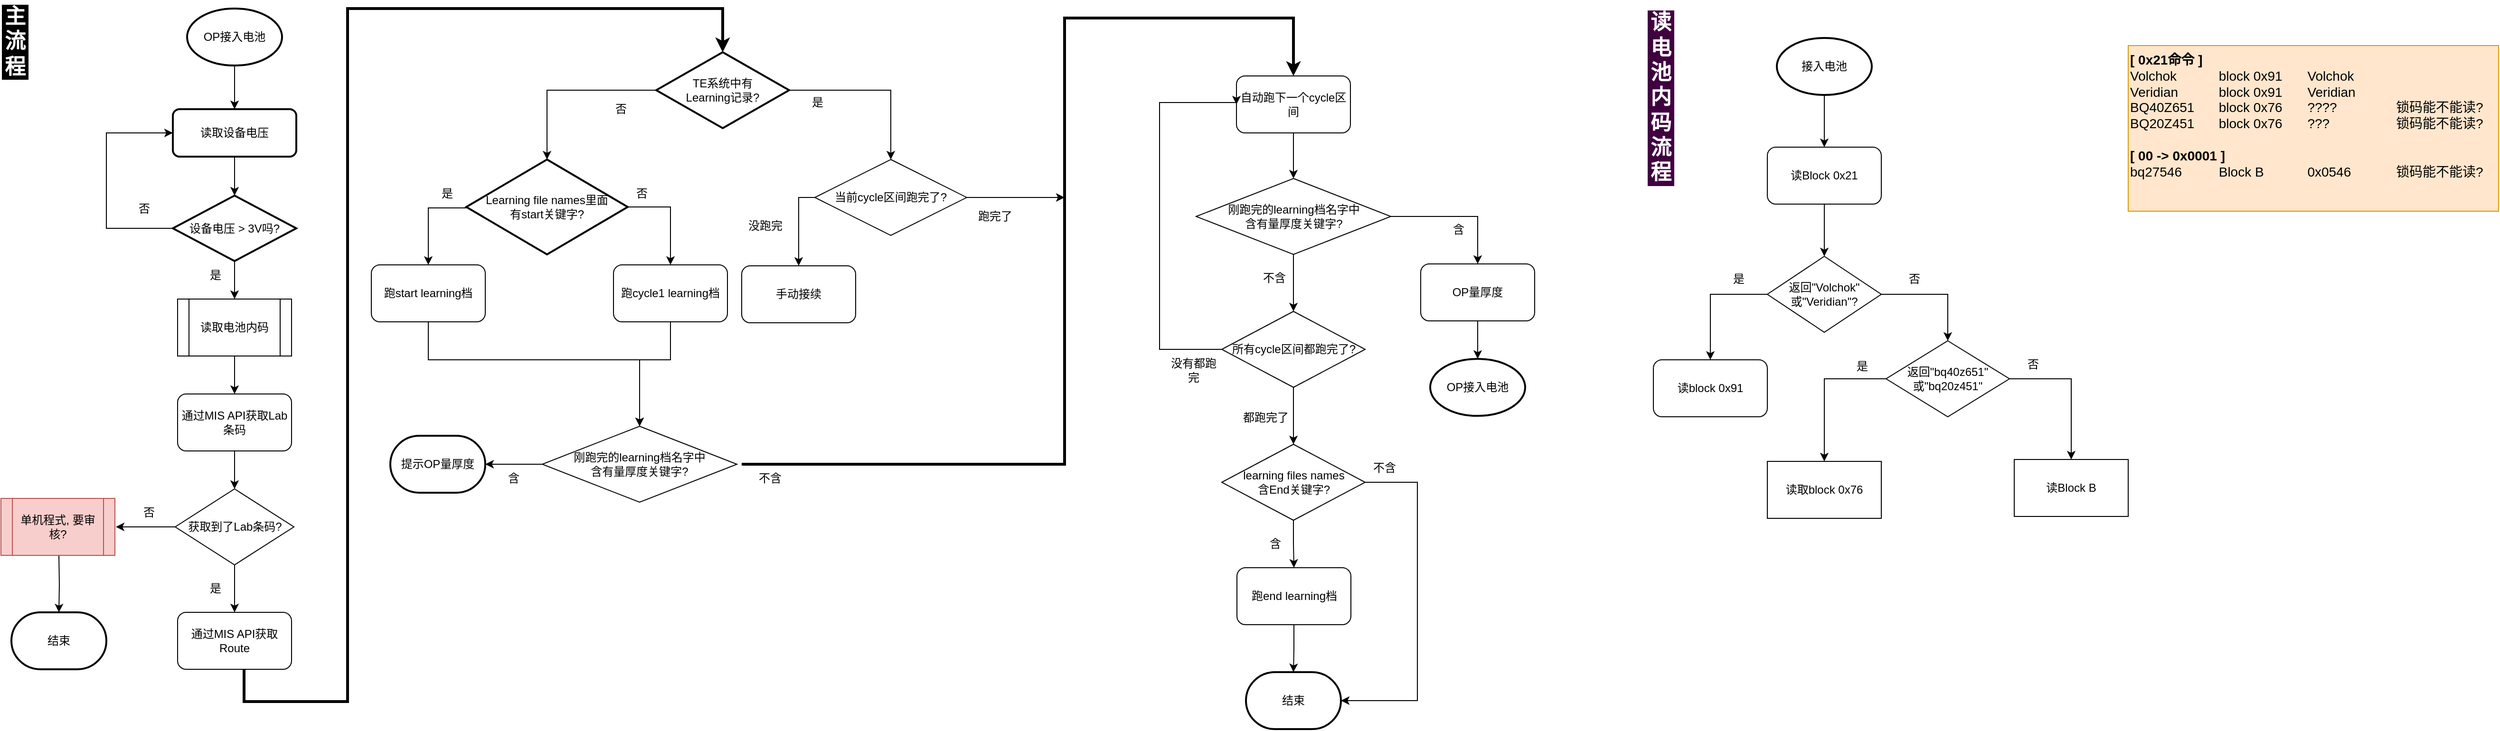
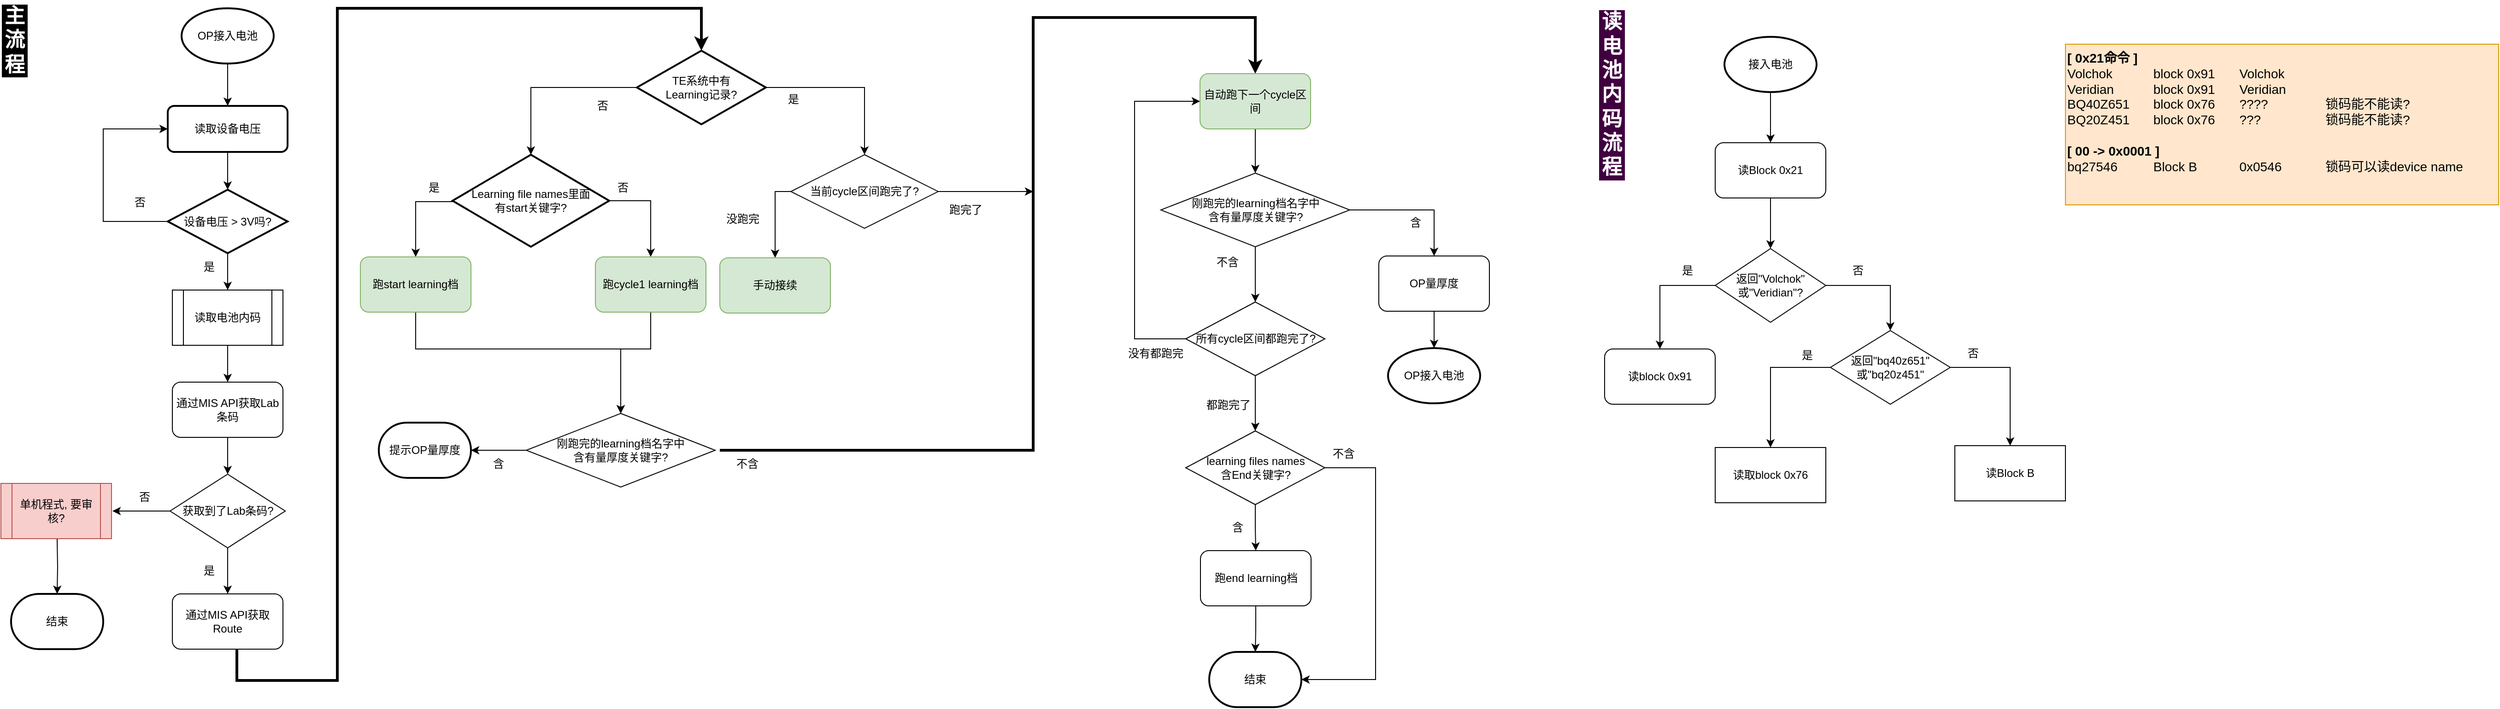
<mxfile host="app.diagrams.net">
  <diagram name="第 1 页" id="3HldnIOuQtLrwHUO-1mN">
    <mxGraphModel dx="1318" dy="774" grid="1" gridSize="10" guides="1" tooltips="1" connect="1" arrows="1" fold="1" page="1" pageScale="1" pageWidth="1169" pageHeight="827" background="#FFFFFF" math="0" shadow="0">
      <root>
        <mxCell id="0" />
        <mxCell id="1" parent="0" />
        <mxCell id="qRa3hty1LtdxE0hFs_0w-8" edge="1" parent="1" source="qRa3hty1LtdxE0hFs_0w-4" style="edgeStyle=orthogonalEdgeStyle;rounded=0;orthogonalLoop=1;jettySize=auto;html=1;" target="qRa3hty1LtdxE0hFs_0w-6" value="">
          <mxGeometry relative="1" as="geometry" />
        </mxCell>
        <mxCell id="qRa3hty1LtdxE0hFs_0w-4" parent="1" style="strokeWidth=2;html=1;shape=mxgraph.flowchart.start_1;whiteSpace=wrap;" value="OP接入电池" vertex="1">
          <mxGeometry height="60" width="100" x="216" y="20" as="geometry" />
        </mxCell>
        <mxCell id="qRa3hty1LtdxE0hFs_0w-9" edge="1" parent="1" source="qRa3hty1LtdxE0hFs_0w-6" style="edgeStyle=orthogonalEdgeStyle;rounded=0;orthogonalLoop=1;jettySize=auto;html=1;" target="qRa3hty1LtdxE0hFs_0w-7" value="">
          <mxGeometry relative="1" as="geometry" />
        </mxCell>
        <mxCell id="qRa3hty1LtdxE0hFs_0w-6" parent="1" style="rounded=1;whiteSpace=wrap;html=1;absoluteArcSize=1;arcSize=14;strokeWidth=2;" value="读取设备电压" vertex="1">
          <mxGeometry height="50" width="130" x="201" y="126" as="geometry" />
        </mxCell>
        <mxCell id="qRa3hty1LtdxE0hFs_0w-14" edge="1" parent="1" source="qRa3hty1LtdxE0hFs_0w-7" style="edgeStyle=orthogonalEdgeStyle;rounded=0;orthogonalLoop=1;jettySize=auto;html=1;" target="qRa3hty1LtdxE0hFs_0w-13" value="">
          <mxGeometry relative="1" as="geometry" />
        </mxCell>
        <mxCell id="qRa3hty1LtdxE0hFs_0w-25" edge="1" parent="1" source="qRa3hty1LtdxE0hFs_0w-7" style="edgeStyle=orthogonalEdgeStyle;rounded=0;orthogonalLoop=1;jettySize=auto;html=1;entryX=0;entryY=0.5;entryDx=0;entryDy=0;" target="qRa3hty1LtdxE0hFs_0w-6">
          <mxGeometry relative="1" as="geometry">
            <Array as="points">
              <mxPoint x="131" y="252" />
              <mxPoint x="131" y="151" />
            </Array>
            <mxPoint x="411" y="146" as="targetPoint" />
          </mxGeometry>
        </mxCell>
        <mxCell id="qRa3hty1LtdxE0hFs_0w-7" parent="1" style="strokeWidth=2;html=1;shape=mxgraph.flowchart.decision;whiteSpace=wrap;" value="设备电压 &amp;gt; 3V吗?" vertex="1">
          <mxGeometry height="69" width="130" x="201" y="217" as="geometry" />
        </mxCell>
        <mxCell id="qRa3hty1LtdxE0hFs_0w-11" parent="1" style="text;html=1;whiteSpace=wrap;strokeColor=none;fillColor=none;align=center;verticalAlign=middle;rounded=0;" value="&lt;div&gt;否&lt;/div&gt;" vertex="1">
          <mxGeometry height="30" width="60" x="141" y="216" as="geometry" />
        </mxCell>
        <mxCell id="qRa3hty1LtdxE0hFs_0w-12" parent="1" style="text;html=1;whiteSpace=wrap;strokeColor=none;fillColor=none;align=center;verticalAlign=middle;rounded=0;" value="&lt;div&gt;是&lt;/div&gt;" vertex="1">
          <mxGeometry height="30" width="60" x="216" y="286" as="geometry" />
        </mxCell>
        <mxCell id="qRa3hty1LtdxE0hFs_0w-16" edge="1" parent="1" source="qRa3hty1LtdxE0hFs_0w-13" style="edgeStyle=orthogonalEdgeStyle;rounded=0;orthogonalLoop=1;jettySize=auto;html=1;" target="qRa3hty1LtdxE0hFs_0w-15" value="">
          <mxGeometry relative="1" as="geometry" />
        </mxCell>
        <mxCell id="qRa3hty1LtdxE0hFs_0w-13" parent="1" style="shape=process;whiteSpace=wrap;html=1;backgroundOutline=1;" value="读取电池内码" vertex="1">
          <mxGeometry height="60" width="120" x="206" y="326" as="geometry" />
        </mxCell>
        <mxCell id="qRa3hty1LtdxE0hFs_0w-20" edge="1" parent="1" source="qRa3hty1LtdxE0hFs_0w-15" style="edgeStyle=orthogonalEdgeStyle;rounded=0;orthogonalLoop=1;jettySize=auto;html=1;" target="qRa3hty1LtdxE0hFs_0w-19" value="">
          <mxGeometry relative="1" as="geometry" />
        </mxCell>
        <mxCell id="qRa3hty1LtdxE0hFs_0w-15" parent="1" style="rounded=1;whiteSpace=wrap;html=1;" value="通过MIS API获取Lab条码" vertex="1">
          <mxGeometry height="60" width="120" x="206" y="426" as="geometry" />
        </mxCell>
        <mxCell id="qRa3hty1LtdxE0hFs_0w-31" edge="1" parent="1" style="edgeStyle=orthogonalEdgeStyle;rounded=0;orthogonalLoop=1;jettySize=auto;html=1;entryX=0.5;entryY=0;entryDx=0;entryDy=0;entryPerimeter=0;strokeWidth=3;" target="qRa3hty1LtdxE0hFs_0w-30" value="">
          <mxGeometry relative="1" as="geometry">
            <Array as="points">
              <mxPoint x="276" y="750" />
              <mxPoint x="385" y="750" />
              <mxPoint x="385" y="20" />
              <mxPoint x="780" y="20" />
              <mxPoint x="780" y="59" />
            </Array>
            <mxPoint x="276" y="716" as="sourcePoint" />
            <mxPoint x="793" y="59" as="targetPoint" />
          </mxGeometry>
        </mxCell>
        <mxCell id="qRa3hty1LtdxE0hFs_0w-17" parent="1" style="rounded=1;whiteSpace=wrap;html=1;" value="通过MIS API获取Route" vertex="1">
          <mxGeometry height="60" width="120" x="206" y="656" as="geometry" />
        </mxCell>
        <mxCell id="qRa3hty1LtdxE0hFs_0w-21" edge="1" parent="1" source="qRa3hty1LtdxE0hFs_0w-19" style="edgeStyle=orthogonalEdgeStyle;rounded=0;orthogonalLoop=1;jettySize=auto;html=1;" target="qRa3hty1LtdxE0hFs_0w-17" value="">
          <mxGeometry relative="1" as="geometry" />
        </mxCell>
        <mxCell id="qRa3hty1LtdxE0hFs_0w-27" edge="1" parent="1" source="qRa3hty1LtdxE0hFs_0w-19" style="edgeStyle=orthogonalEdgeStyle;rounded=0;orthogonalLoop=1;jettySize=auto;html=1;" value="">
          <mxGeometry relative="1" as="geometry">
            <mxPoint x="141" y="566" as="targetPoint" />
          </mxGeometry>
        </mxCell>
        <mxCell id="qRa3hty1LtdxE0hFs_0w-19" parent="1" style="rhombus;whiteSpace=wrap;html=1;" value="获取到了Lab条码?" vertex="1">
          <mxGeometry height="80" width="125" x="203.5" y="526" as="geometry" />
        </mxCell>
        <mxCell id="qRa3hty1LtdxE0hFs_0w-22" parent="1" style="text;html=1;whiteSpace=wrap;strokeColor=none;fillColor=none;align=center;verticalAlign=middle;rounded=0;" value="是" vertex="1">
          <mxGeometry height="30" width="60" x="216" y="616" as="geometry" />
        </mxCell>
        <mxCell id="qRa3hty1LtdxE0hFs_0w-29" edge="1" parent="1" style="edgeStyle=orthogonalEdgeStyle;rounded=0;orthogonalLoop=1;jettySize=auto;html=1;" target="qRa3hty1LtdxE0hFs_0w-28" value="">
          <mxGeometry relative="1" as="geometry">
            <mxPoint x="81" y="596" as="sourcePoint" />
          </mxGeometry>
        </mxCell>
        <mxCell id="qRa3hty1LtdxE0hFs_0w-26" parent="1" style="shape=process;whiteSpace=wrap;html=1;backgroundOutline=1;fillColor=#f8cecc;strokeColor=#b85450;" value="单机程式, 要审核?" vertex="1">
          <mxGeometry height="60" width="120" x="20" y="536" as="geometry" />
        </mxCell>
        <mxCell id="qRa3hty1LtdxE0hFs_0w-28" parent="1" style="strokeWidth=2;html=1;shape=mxgraph.flowchart.terminator;whiteSpace=wrap;" value="结束" vertex="1">
          <mxGeometry height="60" width="100" x="31" y="656" as="geometry" />
        </mxCell>
        <mxCell id="qRa3hty1LtdxE0hFs_0w-34" edge="1" parent="1" source="qRa3hty1LtdxE0hFs_0w-30" style="edgeStyle=orthogonalEdgeStyle;rounded=0;orthogonalLoop=1;jettySize=auto;html=1;exitX=0;exitY=0.5;exitDx=0;exitDy=0;exitPerimeter=0;" target="qRa3hty1LtdxE0hFs_0w-33" value="">
          <mxGeometry relative="1" as="geometry">
            <mxPoint x="595" y="129" as="sourcePoint" />
          </mxGeometry>
        </mxCell>
        <mxCell id="qRa3hty1LtdxE0hFs_0w-38" edge="1" parent="1" source="qRa3hty1LtdxE0hFs_0w-30" style="edgeStyle=orthogonalEdgeStyle;rounded=0;orthogonalLoop=1;jettySize=auto;html=1;" target="qRa3hty1LtdxE0hFs_0w-37" value="">
          <mxGeometry relative="1" as="geometry" />
        </mxCell>
        <mxCell id="qRa3hty1LtdxE0hFs_0w-30" parent="1" style="strokeWidth=2;html=1;shape=mxgraph.flowchart.decision;whiteSpace=wrap;" value="&lt;div&gt;TE系统中有&lt;/div&gt;&lt;div&gt;Learning记录?&lt;/div&gt;" vertex="1">
          <mxGeometry height="80" width="140" x="710" y="66" as="geometry" />
        </mxCell>
        <mxCell id="qRa3hty1LtdxE0hFs_0w-45" edge="1" parent="1" source="qRa3hty1LtdxE0hFs_0w-33" style="edgeStyle=orthogonalEdgeStyle;rounded=0;orthogonalLoop=1;jettySize=auto;html=1;" target="qRa3hty1LtdxE0hFs_0w-44" value="">
          <mxGeometry relative="1" as="geometry">
            <Array as="points">
              <mxPoint x="470" y="230" />
            </Array>
          </mxGeometry>
        </mxCell>
        <mxCell id="qRa3hty1LtdxE0hFs_0w-67" edge="1" parent="1" source="qRa3hty1LtdxE0hFs_0w-33" style="edgeStyle=orthogonalEdgeStyle;rounded=0;orthogonalLoop=1;jettySize=auto;html=1;entryX=0.5;entryY=0;entryDx=0;entryDy=0;exitX=1;exitY=0.5;exitDx=0;exitDy=0;exitPerimeter=0;" target="qRa3hty1LtdxE0hFs_0w-66">
          <mxGeometry relative="1" as="geometry" />
        </mxCell>
        <mxCell id="qRa3hty1LtdxE0hFs_0w-33" parent="1" style="strokeWidth=2;html=1;shape=mxgraph.flowchart.decision;whiteSpace=wrap;" value="&lt;div&gt;Learning file names里面&lt;/div&gt;&lt;div&gt;有start关键字?&lt;/div&gt;" vertex="1">
          <mxGeometry height="100" width="170" x="510" y="179" as="geometry" />
        </mxCell>
        <mxCell id="qRa3hty1LtdxE0hFs_0w-35" parent="1" style="text;html=1;whiteSpace=wrap;strokeColor=none;fillColor=none;align=center;verticalAlign=middle;rounded=0;" value="否" vertex="1">
          <mxGeometry height="30" width="60" x="642.5" y="111" as="geometry" />
        </mxCell>
        <mxCell id="qRa3hty1LtdxE0hFs_0w-36" parent="1" style="text;html=1;whiteSpace=wrap;strokeColor=none;fillColor=none;align=center;verticalAlign=middle;rounded=0;" value="是" vertex="1">
          <mxGeometry height="30" width="60" x="850" y="104" as="geometry" />
        </mxCell>
        <mxCell id="qRa3hty1LtdxE0hFs_0w-40" edge="1" parent="1" source="qRa3hty1LtdxE0hFs_0w-37" style="edgeStyle=orthogonalEdgeStyle;rounded=0;orthogonalLoop=1;jettySize=auto;html=1;" target="qRa3hty1LtdxE0hFs_0w-39" value="">
          <mxGeometry relative="1" as="geometry">
            <Array as="points">
              <mxPoint x="860" y="219" />
            </Array>
          </mxGeometry>
        </mxCell>
        <mxCell id="PsBZDfwHha2lWDHOalyY-41" edge="1" parent="1" source="qRa3hty1LtdxE0hFs_0w-37" style="edgeStyle=orthogonalEdgeStyle;rounded=0;orthogonalLoop=1;jettySize=auto;html=1;">
          <mxGeometry relative="1" as="geometry">
            <mxPoint x="1140" y="219" as="targetPoint" />
          </mxGeometry>
        </mxCell>
        <mxCell id="qRa3hty1LtdxE0hFs_0w-37" parent="1" style="rhombus;whiteSpace=wrap;html=1;" value="当前cycle区间跑完了?" vertex="1">
          <mxGeometry height="80" width="160" x="877" y="179" as="geometry" />
        </mxCell>
-         <mxCell id="qRa3hty1LtdxE0hFs_0w-39" parent="1" style="rounded=1;whiteSpace=wrap;html=1;" value="手动接续" vertex="1">
+         <mxCell id="qRa3hty1LtdxE0hFs_0w-39" parent="1" style="rounded=1;whiteSpace=wrap;html=1;fillColor=#d5e8d4;strokeColor=#82b366;" value="手动接续" vertex="1">
          <mxGeometry height="60" width="120" x="800" y="291" as="geometry" />
        </mxCell>
        <mxCell id="qRa3hty1LtdxE0hFs_0w-41" parent="1" style="text;html=1;whiteSpace=wrap;strokeColor=none;fillColor=none;align=center;verticalAlign=middle;rounded=0;" value="没跑完" vertex="1">
          <mxGeometry height="30" width="60" x="795" y="233.5" as="geometry" />
        </mxCell>
        <mxCell id="qRa3hty1LtdxE0hFs_0w-71" edge="1" parent="1" source="qRa3hty1LtdxE0hFs_0w-44" style="edgeStyle=orthogonalEdgeStyle;rounded=0;orthogonalLoop=1;jettySize=auto;html=1;entryX=0.5;entryY=0;entryDx=0;entryDy=0;exitX=0.5;exitY=1;exitDx=0;exitDy=0;" target="qRa3hty1LtdxE0hFs_0w-49">
          <mxGeometry relative="1" as="geometry">
            <Array as="points">
              <mxPoint x="470" y="390" />
              <mxPoint x="692" y="390" />
            </Array>
          </mxGeometry>
        </mxCell>
-         <mxCell id="qRa3hty1LtdxE0hFs_0w-44" parent="1" style="rounded=1;whiteSpace=wrap;html=1;" value="跑start learning档" vertex="1">
+         <mxCell id="qRa3hty1LtdxE0hFs_0w-44" parent="1" style="rounded=1;whiteSpace=wrap;html=1;fillColor=#d5e8d4;strokeColor=#82b366;" value="跑start learning档" vertex="1">
          <mxGeometry height="60" width="120" x="410" y="290" as="geometry" />
        </mxCell>
        <mxCell id="qRa3hty1LtdxE0hFs_0w-46" parent="1" style="text;html=1;whiteSpace=wrap;strokeColor=none;fillColor=none;align=center;verticalAlign=middle;rounded=0;" value="是" vertex="1">
          <mxGeometry height="30" width="60" x="460" y="200" as="geometry" />
        </mxCell>
        <mxCell id="qRa3hty1LtdxE0hFs_0w-129" edge="1" parent="1" style="edgeStyle=orthogonalEdgeStyle;rounded=0;orthogonalLoop=1;jettySize=auto;html=1;entryX=0.5;entryY=0;entryDx=0;entryDy=0;strokeWidth=3;" target="qRa3hty1LtdxE0hFs_0w-55">
          <mxGeometry relative="1" as="geometry">
            <Array as="points">
              <mxPoint x="1140" y="500" />
              <mxPoint x="1140" y="30" />
              <mxPoint x="1381" y="30" />
            </Array>
            <mxPoint x="800" y="500" as="sourcePoint" />
          </mxGeometry>
        </mxCell>
        <mxCell id="PsBZDfwHha2lWDHOalyY-38" edge="1" parent="1" source="qRa3hty1LtdxE0hFs_0w-49" style="edgeStyle=orthogonalEdgeStyle;rounded=0;orthogonalLoop=1;jettySize=auto;html=1;" target="PsBZDfwHha2lWDHOalyY-37" value="">
          <mxGeometry relative="1" as="geometry" />
        </mxCell>
        <mxCell id="qRa3hty1LtdxE0hFs_0w-49" parent="1" style="rhombus;whiteSpace=wrap;html=1;" value="&lt;div&gt;刚跑完的learning档名字中&lt;/div&gt;&lt;div&gt;含有量厚度关键字?&lt;/div&gt;" vertex="1">
          <mxGeometry height="80" width="205" x="590" y="460" as="geometry" />
        </mxCell>
        <mxCell id="qRa3hty1LtdxE0hFs_0w-53" parent="1" style="text;html=1;whiteSpace=wrap;strokeColor=none;fillColor=none;align=center;verticalAlign=middle;rounded=0;" value="&lt;div&gt;含&lt;/div&gt;" vertex="1">
          <mxGeometry height="30" width="60" x="530" y="500" as="geometry" />
        </mxCell>
        <mxCell id="qRa3hty1LtdxE0hFs_0w-130" edge="1" parent="1" source="qRa3hty1LtdxE0hFs_0w-55" style="edgeStyle=orthogonalEdgeStyle;rounded=0;orthogonalLoop=1;jettySize=auto;html=1;" target="qRa3hty1LtdxE0hFs_0w-88" value="">
          <mxGeometry relative="1" as="geometry" />
        </mxCell>
-         <mxCell id="qRa3hty1LtdxE0hFs_0w-55" parent="1" style="rounded=1;whiteSpace=wrap;html=1;" value="自动跑下一个cycle区间" vertex="1">
+         <mxCell id="qRa3hty1LtdxE0hFs_0w-55" parent="1" style="rounded=1;whiteSpace=wrap;html=1;fillColor=#d5e8d4;strokeColor=#82b366;" value="自动跑下一个cycle区间" vertex="1">
          <mxGeometry height="60" width="120" x="1321" y="91" as="geometry" />
        </mxCell>
        <mxCell id="qRa3hty1LtdxE0hFs_0w-57" parent="1" style="text;html=1;whiteSpace=wrap;strokeColor=none;fillColor=none;align=center;verticalAlign=middle;rounded=0;" value="否" vertex="1">
          <mxGeometry height="30" width="60" x="146" y="536" as="geometry" />
        </mxCell>
        <mxCell id="qRa3hty1LtdxE0hFs_0w-58" parent="1" style="text;html=1;whiteSpace=wrap;strokeColor=none;fillColor=none;align=center;verticalAlign=middle;rounded=0;" value="跑完了" vertex="1">
          <mxGeometry height="30" width="60" x="1037" y="224" as="geometry" />
        </mxCell>
        <mxCell id="qRa3hty1LtdxE0hFs_0w-73" edge="1" parent="1" source="qRa3hty1LtdxE0hFs_0w-66" style="edgeStyle=orthogonalEdgeStyle;rounded=0;orthogonalLoop=1;jettySize=auto;html=1;entryX=0.5;entryY=0;entryDx=0;entryDy=0;exitX=0.5;exitY=1;exitDx=0;exitDy=0;" target="qRa3hty1LtdxE0hFs_0w-49">
          <mxGeometry relative="1" as="geometry">
            <Array as="points">
              <mxPoint x="725" y="390" />
              <mxPoint x="692" y="390" />
            </Array>
          </mxGeometry>
        </mxCell>
-         <mxCell id="qRa3hty1LtdxE0hFs_0w-66" parent="1" style="rounded=1;whiteSpace=wrap;html=1;" value="跑cycle1 learning档" vertex="1">
+         <mxCell id="qRa3hty1LtdxE0hFs_0w-66" parent="1" style="rounded=1;whiteSpace=wrap;html=1;fillColor=#d5e8d4;strokeColor=#82b366;" value="跑cycle1 learning档" vertex="1">
          <mxGeometry height="60" width="120" x="665" y="290" as="geometry" />
        </mxCell>
        <mxCell id="qRa3hty1LtdxE0hFs_0w-68" parent="1" style="text;html=1;whiteSpace=wrap;strokeColor=none;fillColor=none;align=center;verticalAlign=middle;rounded=0;" value="否" vertex="1">
          <mxGeometry height="30" width="60" x="665" y="200" as="geometry" />
        </mxCell>
        <mxCell id="qRa3hty1LtdxE0hFs_0w-75" parent="1" style="text;html=1;whiteSpace=wrap;strokeColor=none;fillColor=none;align=center;verticalAlign=middle;rounded=0;" value="不含" vertex="1">
          <mxGeometry height="30" width="60" x="800" y="500" as="geometry" />
        </mxCell>
        <mxCell id="qRa3hty1LtdxE0hFs_0w-132" edge="1" parent="1" source="qRa3hty1LtdxE0hFs_0w-88" style="edgeStyle=orthogonalEdgeStyle;rounded=0;orthogonalLoop=1;jettySize=auto;html=1;" target="qRa3hty1LtdxE0hFs_0w-91" value="">
          <mxGeometry relative="1" as="geometry" />
        </mxCell>
        <mxCell id="qRa3hty1LtdxE0hFs_0w-134" edge="1" parent="1" source="qRa3hty1LtdxE0hFs_0w-88" style="edgeStyle=orthogonalEdgeStyle;rounded=0;orthogonalLoop=1;jettySize=auto;html=1;" target="qRa3hty1LtdxE0hFs_0w-107" value="">
          <mxGeometry relative="1" as="geometry" />
        </mxCell>
        <mxCell id="qRa3hty1LtdxE0hFs_0w-88" parent="1" style="rhombus;whiteSpace=wrap;html=1;" value="&lt;div&gt;刚跑完的learning档名字中&lt;/div&gt;&lt;div&gt;含有量厚度关键字?&lt;/div&gt;" vertex="1">
          <mxGeometry height="80" width="205" x="1278.5" y="199" as="geometry" />
        </mxCell>
        <mxCell id="qRa3hty1LtdxE0hFs_0w-104" edge="1" parent="1" source="qRa3hty1LtdxE0hFs_0w-91" style="edgeStyle=orthogonalEdgeStyle;rounded=0;orthogonalLoop=1;jettySize=auto;html=1;" target="qRa3hty1LtdxE0hFs_0w-103" value="">
          <mxGeometry relative="1" as="geometry" />
        </mxCell>
        <mxCell id="qRa3hty1LtdxE0hFs_0w-91" parent="1" style="rounded=1;whiteSpace=wrap;html=1;" value="OP量厚度" vertex="1">
          <mxGeometry height="60" width="120" x="1515" y="289" as="geometry" />
        </mxCell>
        <mxCell id="qRa3hty1LtdxE0hFs_0w-93" parent="1" style="text;html=1;whiteSpace=wrap;strokeColor=none;fillColor=none;align=center;verticalAlign=middle;rounded=0;" value="含" vertex="1">
          <mxGeometry height="30" width="60" x="1525" y="238" as="geometry" />
        </mxCell>
        <mxCell id="qRa3hty1LtdxE0hFs_0w-95" parent="1" style="text;html=1;whiteSpace=wrap;strokeColor=none;fillColor=none;align=center;verticalAlign=middle;rounded=0;" value="不含" vertex="1">
-           <mxGeometry height="30" width="60" x="1331" y="289" as="geometry" />
+           <mxGeometry height="30" width="60" x="1321" y="281" as="geometry" />
        </mxCell>
        <mxCell id="qRa3hty1LtdxE0hFs_0w-103" parent="1" style="strokeWidth=2;html=1;shape=mxgraph.flowchart.start_1;whiteSpace=wrap;" value="OP接入电池" vertex="1">
          <mxGeometry height="60" width="100" x="1525" y="389" as="geometry" />
        </mxCell>
        <mxCell id="qRa3hty1LtdxE0hFs_0w-118" edge="1" parent="1" source="qRa3hty1LtdxE0hFs_0w-107" style="edgeStyle=orthogonalEdgeStyle;rounded=0;orthogonalLoop=1;jettySize=auto;html=1;" target="qRa3hty1LtdxE0hFs_0w-117" value="">
          <mxGeometry relative="1" as="geometry" />
        </mxCell>
-         <mxCell id="qRa3hty1LtdxE0hFs_0w-135" edge="1" parent="1" source="qRa3hty1LtdxE0hFs_0w-107" style="edgeStyle=orthogonalEdgeStyle;rounded=0;orthogonalLoop=1;jettySize=auto;html=1;entryX=0;entryY=0.5;entryDx=0;entryDy=0;" target="qRa3hty1LtdxE0hFs_0w-55">
-           <mxGeometry relative="1" as="geometry">
-             <Array as="points">
-               <mxPoint x="1240" y="379" />
-               <mxPoint x="1240" y="119" />
-             </Array>
-             <mxPoint x="1250" y="140" as="targetPoint" />
+         <mxCell id="PsBZDfwHha2lWDHOalyY-42" edge="1" parent="1" source="qRa3hty1LtdxE0hFs_0w-107" style="edgeStyle=orthogonalEdgeStyle;rounded=0;orthogonalLoop=1;jettySize=auto;html=1;entryX=0;entryY=0.5;entryDx=0;entryDy=0;" target="qRa3hty1LtdxE0hFs_0w-55">
+           <mxGeometry relative="1" as="geometry">
+             <Array as="points">
+               <mxPoint x="1250" y="379" />
+               <mxPoint x="1250" y="121" />
+             </Array>
          </mxGeometry>
        </mxCell>
        <mxCell id="qRa3hty1LtdxE0hFs_0w-107" parent="1" style="rhombus;whiteSpace=wrap;html=1;" value="所有cycle区间都跑完了?" vertex="1">
          <mxGeometry height="80" width="151" x="1305.5" y="339" as="geometry" />
        </mxCell>
        <mxCell id="qRa3hty1LtdxE0hFs_0w-111" parent="1" style="text;html=1;whiteSpace=wrap;strokeColor=none;fillColor=none;align=center;verticalAlign=middle;rounded=0;" value="没有都跑完" vertex="1">
-           <mxGeometry height="30" width="60" x="1245.5" y="386" as="geometry" />
+           <mxGeometry height="30" width="65.5" x="1240" y="380" as="geometry" />
        </mxCell>
        <mxCell id="qRa3hty1LtdxE0hFs_0w-112" parent="1" style="strokeWidth=2;html=1;shape=mxgraph.flowchart.terminator;whiteSpace=wrap;" value="结束" vertex="1">
          <mxGeometry height="60" width="100" x="1331" y="719" as="geometry" />
        </mxCell>
        <mxCell id="qRa3hty1LtdxE0hFs_0w-114" parent="1" style="text;html=1;whiteSpace=wrap;strokeColor=none;fillColor=none;align=center;verticalAlign=middle;rounded=0;" value="都跑完了" vertex="1">
          <mxGeometry height="30" width="60" x="1322" y="436" as="geometry" />
        </mxCell>
        <mxCell id="qRa3hty1LtdxE0hFs_0w-122" edge="1" parent="1" source="qRa3hty1LtdxE0hFs_0w-117" style="edgeStyle=orthogonalEdgeStyle;rounded=0;orthogonalLoop=1;jettySize=auto;html=1;" target="qRa3hty1LtdxE0hFs_0w-120" value="">
          <mxGeometry relative="1" as="geometry" />
        </mxCell>
        <mxCell id="qRa3hty1LtdxE0hFs_0w-117" parent="1" style="rhombus;whiteSpace=wrap;html=1;" value="&lt;div&gt;learning files names&lt;/div&gt;&lt;div&gt;含End关键字?&lt;/div&gt;" vertex="1">
          <mxGeometry height="80" width="151" x="1305.5" y="479" as="geometry" />
        </mxCell>
        <mxCell id="qRa3hty1LtdxE0hFs_0w-121" edge="1" parent="1" source="qRa3hty1LtdxE0hFs_0w-120" style="edgeStyle=orthogonalEdgeStyle;rounded=0;orthogonalLoop=1;jettySize=auto;html=1;" target="qRa3hty1LtdxE0hFs_0w-112" value="">
          <mxGeometry relative="1" as="geometry" />
        </mxCell>
        <mxCell id="qRa3hty1LtdxE0hFs_0w-120" parent="1" style="rounded=1;whiteSpace=wrap;html=1;" value="跑end learning档" vertex="1">
          <mxGeometry height="60" width="120" x="1321.5" y="609" as="geometry" />
        </mxCell>
        <mxCell id="qRa3hty1LtdxE0hFs_0w-123" parent="1" style="text;html=1;whiteSpace=wrap;strokeColor=none;fillColor=none;align=center;verticalAlign=middle;rounded=0;" value="含" vertex="1">
          <mxGeometry height="30" width="60" x="1331.5" y="569" as="geometry" />
        </mxCell>
        <mxCell id="qRa3hty1LtdxE0hFs_0w-124" edge="1" parent="1" source="qRa3hty1LtdxE0hFs_0w-117" style="edgeStyle=orthogonalEdgeStyle;rounded=0;orthogonalLoop=1;jettySize=auto;html=1;entryX=1;entryY=0.5;entryDx=0;entryDy=0;entryPerimeter=0;" target="qRa3hty1LtdxE0hFs_0w-112">
          <mxGeometry relative="1" as="geometry">
            <Array as="points">
              <mxPoint x="1511.5" y="519" />
              <mxPoint x="1511.5" y="749" />
            </Array>
          </mxGeometry>
        </mxCell>
        <mxCell id="qRa3hty1LtdxE0hFs_0w-125" parent="1" style="text;html=1;whiteSpace=wrap;strokeColor=none;fillColor=none;align=center;verticalAlign=middle;rounded=0;" value="不含" vertex="1">
          <mxGeometry height="30" width="60" x="1446.5" y="489" as="geometry" />
        </mxCell>
        <mxCell id="PsBZDfwHha2lWDHOalyY-6" edge="1" parent="1" source="qRa3hty1LtdxE0hFs_0w-136" style="edgeStyle=orthogonalEdgeStyle;rounded=0;orthogonalLoop=1;jettySize=auto;html=1;" target="PsBZDfwHha2lWDHOalyY-3" value="">
          <mxGeometry relative="1" as="geometry" />
        </mxCell>
        <mxCell id="qRa3hty1LtdxE0hFs_0w-136" parent="1" style="strokeWidth=2;html=1;shape=mxgraph.flowchart.start_1;whiteSpace=wrap;" value="接入电池" vertex="1">
          <mxGeometry height="60" width="100" x="1890" y="51" as="geometry" />
        </mxCell>
        <mxCell id="PsBZDfwHha2lWDHOalyY-1" parent="1" style="text;html=1;whiteSpace=wrap;strokeColor=none;fillColor=none;align=center;verticalAlign=middle;rounded=0;fontStyle=1;strokeWidth=3;labelBackgroundColor=light-dark(#400040, #ededed);fontColor=light-dark(#ffffff, #ededed);fontSize=22;" value="读电池内码流程" vertex="1">
          <mxGeometry height="30" width="30" x="1753" y="99" as="geometry" />
        </mxCell>
-         <mxCell id="PsBZDfwHha2lWDHOalyY-2" parent="1" style="text;html=1;whiteSpace=wrap;strokeColor=#d79b00;fillColor=#ffe6cc;align=left;verticalAlign=top;rounded=0;fontSize=14;labelBackgroundColor=none;" value="&lt;div&gt;&lt;b&gt;[ 0x21命令 ]&lt;/b&gt;&lt;/div&gt;&lt;div&gt;Volchok&lt;span style=&quot;white-space: pre;&quot;&gt;&#x9;&lt;/span&gt;&lt;span style=&quot;white-space: pre;&quot;&gt;&#x9;&lt;/span&gt;block 0x91&lt;span style=&quot;white-space: pre;&quot;&gt;&#x9;&lt;/span&gt;Volchok&lt;/div&gt;&lt;div&gt;Veridian&lt;span style=&quot;white-space: pre;&quot;&gt;&lt;span style=&quot;white-space: pre;&quot;&gt;&#x9;&lt;/span&gt;&lt;span style=&quot;white-space: pre;&quot;&gt;&#x9;&lt;/span&gt;block 0x91&#x9;Veridian&lt;/span&gt;&lt;/div&gt;&lt;div&gt;BQ40Z651&lt;span style=&quot;white-space: pre;&quot;&gt;&#x9;block 0x76&lt;/span&gt;&lt;span style=&quot;white-space: pre;&quot;&gt;&#x9;????&lt;span style=&quot;white-space: pre;&quot;&gt;&#x9;&lt;/span&gt;&lt;span style=&quot;white-space: pre;&quot;&gt;&#x9;&lt;/span&gt;锁码能不能读?&lt;/span&gt;&lt;/div&gt;&lt;div&gt;&lt;span style=&quot;white-space: pre;&quot;&gt;BQ20Z451&lt;span style=&quot;white-space: pre;&quot;&gt;&#x9;&lt;/span&gt;block 0x76&lt;span style=&quot;white-space: pre;&quot;&gt;&#x9;???&lt;span style=&quot;white-space: pre;&quot;&gt;&#x9;&lt;/span&gt;&lt;span style=&quot;white-space: pre;&quot;&gt;&#x9;&lt;/span&gt;&lt;span style=&quot;white-space: pre;&quot;&gt;&#x9;&lt;/span&gt;锁码能不能读?&lt;/span&gt;&lt;/span&gt;&lt;/div&gt;&lt;div&gt;&lt;br&gt;&lt;/div&gt;&lt;div&gt;&lt;b&gt;[ 00 -&amp;gt; 0x0001 ]&lt;/b&gt;&lt;/div&gt;&lt;div&gt;bq27546&lt;span style=&quot;white-space: pre;&quot;&gt;&#x9;&lt;/span&gt;&lt;span style=&quot;white-space: pre;&quot;&gt;&#x9;Block B&lt;span style=&quot;white-space: pre;&quot;&gt;&#x9;&lt;/span&gt;&lt;span style=&quot;white-space: pre;&quot;&gt;&#x9;&lt;/span&gt;0x0546&lt;span style=&quot;white-space: pre;&quot;&gt;&#x9;&lt;/span&gt;&lt;span style=&quot;white-space: pre;&quot;&gt;&#x9;&lt;/span&gt;锁码能不能读?&lt;/span&gt;&lt;/div&gt;&lt;div&gt;&lt;br&gt;&lt;/div&gt;" vertex="1">
-           <mxGeometry height="174.5" width="390" x="2260" y="59" as="geometry" />
+         <mxCell id="PsBZDfwHha2lWDHOalyY-2" parent="1" style="text;html=1;whiteSpace=wrap;strokeColor=#d79b00;fillColor=#ffe6cc;align=left;verticalAlign=top;rounded=0;fontSize=14;labelBackgroundColor=none;" value="&lt;div&gt;&lt;b&gt;[ 0x21命令 ]&lt;/b&gt;&lt;/div&gt;&lt;div&gt;Volchok&lt;span style=&quot;white-space: pre;&quot;&gt;&#x9;&lt;/span&gt;&lt;span style=&quot;white-space: pre;&quot;&gt;&#x9;&lt;/span&gt;block 0x91&lt;span style=&quot;white-space: pre;&quot;&gt;&#x9;&lt;/span&gt;Volchok&lt;/div&gt;&lt;div&gt;Veridian&lt;span style=&quot;white-space: pre;&quot;&gt;&lt;span style=&quot;white-space: pre;&quot;&gt;&#x9;&lt;/span&gt;&lt;span style=&quot;white-space: pre;&quot;&gt;&#x9;&lt;/span&gt;block 0x91&#x9;Veridian&lt;/span&gt;&lt;/div&gt;&lt;div&gt;BQ40Z651&lt;span style=&quot;white-space: pre;&quot;&gt;&#x9;block 0x76&lt;/span&gt;&lt;span style=&quot;white-space: pre;&quot;&gt;&#x9;????&lt;span style=&quot;white-space: pre;&quot;&gt;&#x9;&lt;/span&gt;&lt;span style=&quot;white-space: pre;&quot;&gt;&#x9;&lt;/span&gt;锁码能不能读?&lt;/span&gt;&lt;/div&gt;&lt;div&gt;&lt;span style=&quot;white-space: pre;&quot;&gt;BQ20Z451&lt;span style=&quot;white-space: pre;&quot;&gt;&#x9;&lt;/span&gt;block 0x76&lt;span style=&quot;white-space: pre;&quot;&gt;&#x9;???&lt;span style=&quot;white-space: pre;&quot;&gt;&#x9;&lt;/span&gt;&lt;span style=&quot;white-space: pre;&quot;&gt;&#x9;&lt;/span&gt;&lt;span style=&quot;white-space: pre;&quot;&gt;&#x9;&lt;/span&gt;锁码能不能读?&lt;/span&gt;&lt;/span&gt;&lt;/div&gt;&lt;div&gt;&lt;br&gt;&lt;/div&gt;&lt;div&gt;&lt;b&gt;[ 00 -&amp;gt; 0x0001 ]&lt;/b&gt;&lt;/div&gt;&lt;div&gt;bq27546&lt;span style=&quot;white-space: pre;&quot;&gt;&#x9;&lt;/span&gt;&lt;span style=&quot;white-space: pre;&quot;&gt;&#x9;Block B&lt;span style=&quot;white-space: pre;&quot;&gt;&#x9;&lt;/span&gt;&lt;span style=&quot;white-space: pre;&quot;&gt;&#x9;&lt;/span&gt;0x0546&lt;span style=&quot;white-space: pre;&quot;&gt;&#x9;&lt;/span&gt;&lt;span style=&quot;white-space: pre;&quot;&gt;&#x9;&lt;/span&gt;锁码可以读device name&lt;/span&gt;&lt;/div&gt;&lt;div&gt;&lt;br&gt;&lt;/div&gt;" vertex="1">
+           <mxGeometry height="174.5" width="470" x="2260" y="59" as="geometry" />
        </mxCell>
        <mxCell id="PsBZDfwHha2lWDHOalyY-7" edge="1" parent="1" source="PsBZDfwHha2lWDHOalyY-3" style="edgeStyle=orthogonalEdgeStyle;rounded=0;orthogonalLoop=1;jettySize=auto;html=1;" target="PsBZDfwHha2lWDHOalyY-5" value="">
          <mxGeometry relative="1" as="geometry" />
        </mxCell>
        <mxCell id="PsBZDfwHha2lWDHOalyY-3" parent="1" style="rounded=1;whiteSpace=wrap;html=1;" value="读Block 0x21" vertex="1">
          <mxGeometry height="60" width="120" x="1880" y="166" as="geometry" />
        </mxCell>
        <mxCell id="PsBZDfwHha2lWDHOalyY-27" edge="1" parent="1" source="PsBZDfwHha2lWDHOalyY-5" style="edgeStyle=orthogonalEdgeStyle;rounded=0;orthogonalLoop=1;jettySize=auto;html=1;" target="PsBZDfwHha2lWDHOalyY-26" value="">
          <mxGeometry relative="1" as="geometry" />
        </mxCell>
        <mxCell id="PsBZDfwHha2lWDHOalyY-35" edge="1" parent="1" source="PsBZDfwHha2lWDHOalyY-5" style="edgeStyle=orthogonalEdgeStyle;rounded=0;orthogonalLoop=1;jettySize=auto;html=1;entryX=0.5;entryY=0;entryDx=0;entryDy=0;" target="PsBZDfwHha2lWDHOalyY-12">
          <mxGeometry relative="1" as="geometry">
            <Array as="points">
              <mxPoint x="1820" y="321" />
            </Array>
          </mxGeometry>
        </mxCell>
        <mxCell id="PsBZDfwHha2lWDHOalyY-5" parent="1" style="rhombus;whiteSpace=wrap;html=1;" value="&lt;div&gt;返回&quot;Volchok&quot;&lt;/div&gt;&lt;div&gt;或&quot;Veridian&quot;?&lt;/div&gt;" vertex="1">
          <mxGeometry height="80" width="120" x="1880" y="281" as="geometry" />
        </mxCell>
        <mxCell id="PsBZDfwHha2lWDHOalyY-12" parent="1" style="rounded=1;whiteSpace=wrap;html=1;" value="读block 0x91" vertex="1">
          <mxGeometry height="60" width="120" x="1760" y="390" as="geometry" />
        </mxCell>
        <mxCell id="PsBZDfwHha2lWDHOalyY-14" parent="1" style="text;html=1;whiteSpace=wrap;strokeColor=none;fillColor=none;align=center;verticalAlign=middle;rounded=0;" value="是" vertex="1">
          <mxGeometry height="30" width="60" x="1820" y="290" as="geometry" />
        </mxCell>
        <mxCell id="PsBZDfwHha2lWDHOalyY-29" edge="1" parent="1" source="PsBZDfwHha2lWDHOalyY-26" style="edgeStyle=orthogonalEdgeStyle;rounded=0;orthogonalLoop=1;jettySize=auto;html=1;" target="PsBZDfwHha2lWDHOalyY-28" value="">
          <mxGeometry relative="1" as="geometry" />
        </mxCell>
        <mxCell id="PsBZDfwHha2lWDHOalyY-32" edge="1" parent="1" source="PsBZDfwHha2lWDHOalyY-26" style="edgeStyle=orthogonalEdgeStyle;rounded=0;orthogonalLoop=1;jettySize=auto;html=1;" target="PsBZDfwHha2lWDHOalyY-31" value="">
          <mxGeometry relative="1" as="geometry" />
        </mxCell>
        <mxCell id="PsBZDfwHha2lWDHOalyY-26" parent="1" style="rhombus;whiteSpace=wrap;html=1;" value="&lt;div&gt;返回&quot;bq40z651&quot;&lt;/div&gt;&lt;div&gt;或&quot;bq20z451&quot;&lt;/div&gt;" vertex="1">
          <mxGeometry height="80" width="130" x="2005" y="370" as="geometry" />
        </mxCell>
        <mxCell id="PsBZDfwHha2lWDHOalyY-28" parent="1" style="whiteSpace=wrap;html=1;" value="读取block 0x76" vertex="1">
          <mxGeometry height="60" width="120" x="1880" y="497" as="geometry" />
        </mxCell>
        <mxCell id="PsBZDfwHha2lWDHOalyY-30" parent="1" style="text;html=1;whiteSpace=wrap;strokeColor=none;fillColor=none;align=center;verticalAlign=middle;rounded=0;" value="是" vertex="1">
          <mxGeometry height="30" width="60" x="1950" y="382" as="geometry" />
        </mxCell>
        <mxCell id="PsBZDfwHha2lWDHOalyY-31" parent="1" style="whiteSpace=wrap;html=1;" value="读Block B" vertex="1">
          <mxGeometry height="60" width="120" x="2140" y="495" as="geometry" />
        </mxCell>
        <mxCell id="PsBZDfwHha2lWDHOalyY-33" parent="1" style="text;html=1;whiteSpace=wrap;strokeColor=none;fillColor=none;align=center;verticalAlign=middle;rounded=0;" value="否" vertex="1">
          <mxGeometry height="30" width="60" x="2005" y="290" as="geometry" />
        </mxCell>
        <mxCell id="PsBZDfwHha2lWDHOalyY-34" parent="1" style="text;html=1;whiteSpace=wrap;strokeColor=none;fillColor=none;align=center;verticalAlign=middle;rounded=0;" value="否" vertex="1">
          <mxGeometry height="30" width="60" x="2130" y="380" as="geometry" />
        </mxCell>
        <mxCell id="PsBZDfwHha2lWDHOalyY-36" parent="1" style="text;html=1;whiteSpace=wrap;strokeColor=none;fillColor=none;align=center;verticalAlign=middle;rounded=0;fontStyle=1;fontSize=22;fontColor=light-dark(#ffffff, #ededed);strokeWidth=3;labelBackgroundColor=#000000;" value="主流程" vertex="1">
          <mxGeometry height="30" width="30" x="20" y="40" as="geometry" />
        </mxCell>
        <mxCell id="PsBZDfwHha2lWDHOalyY-37" parent="1" style="strokeWidth=2;html=1;shape=mxgraph.flowchart.terminator;whiteSpace=wrap;" value="提示OP量厚度" vertex="1">
          <mxGeometry height="60" width="100" x="430" y="470" as="geometry" />
        </mxCell>
      </root>
    </mxGraphModel>
  </diagram>
</mxfile>
